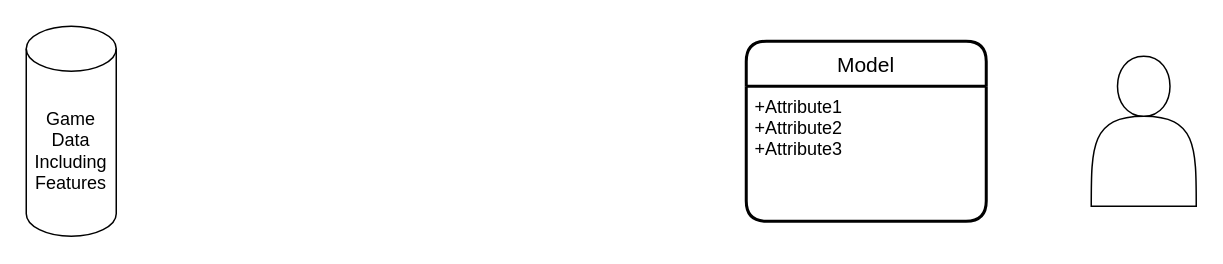
Before: Untitled Diagram.drawio in thibaudjoel/beat-the-bm, a draw.io diagram. Source tidied: cells renumbered, new cells numbered last; positions are measured from the earlier drawing's top-left corner, leaving out a move shared by most shapes. Both pictures are drawn from the tidied source at 150%, with x=0, y=0 at pixel (26, 26).
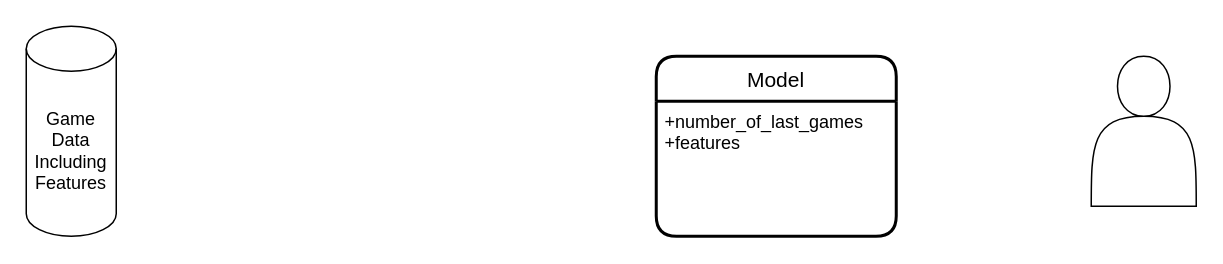
After the change.

What changed in the source:
```diff
@@
 <mxGraphModel>
   <root>
     <mxCell id="0" />
     <mxCell id="1" parent="0" />
     <mxCell id="2" value="Game Data Including Features" style="shape=cylinder3;whiteSpace=wrap;html=1;boundedLbl=1;backgroundOutline=1;size=15;" parent="1" vertex="1">
       <mxGeometry width="60" height="140" as="geometry" />
     </mxCell>
     <mxCell id="3" style="shape=actor;whiteSpace=wrap;html=1;" parent="1" vertex="1">
       <mxGeometry x="710" y="20" width="70" height="100" as="geometry" />
     </mxCell>
     <mxCell id="4" value="Model" style="swimlane;horizontal=1;startSize=30;rounded=1;fontSize=14;fontStyle=0;strokeWidth=2;shadow=0;dashed=0;align=center;" parent="1" vertex="1">
-      <mxGeometry x="480" y="10" width="160" height="120" as="geometry" />
+      <mxGeometry x="420" y="20" width="160" height="120" as="geometry" />
     </mxCell>
-    <mxCell id="5" value="+Attribute1&#10;+Attribute2&#10;+Attribute3" style="align=left;strokeColor=none;fillColor=none;spacingLeft=4;fontSize=12;verticalAlign=top;" parent="4" vertex="1">
+    <mxCell id="5" value="+number_of_last_games&#10;+features" style="align=left;strokeColor=none;fillColor=none;spacingLeft=4;fontSize=12;verticalAlign=top;" parent="4" vertex="1">
       <mxGeometry y="30" width="160" height="90" as="geometry" />
     </mxCell>
   </root>
 </mxGraphModel>
```
